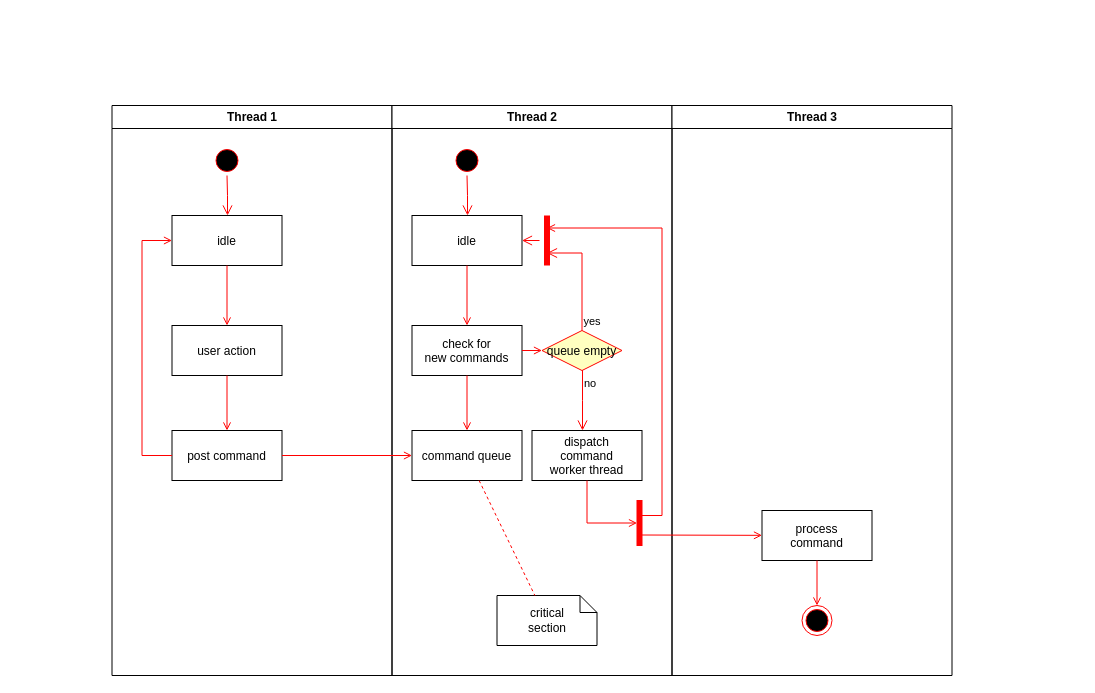
Above: pedidosonline.drawio in Sandynele/Sistemas-de-Informa-o (draw.io), before the change. Source tidied: cells renumbered, new cells numbered last; positions are measured from the earlier drawing's top-left corner, leaving out a move shared by most shapes. Both pictures are drawn from the tidied source at 100%, with x=0, y=0 at pixel (111, 105).
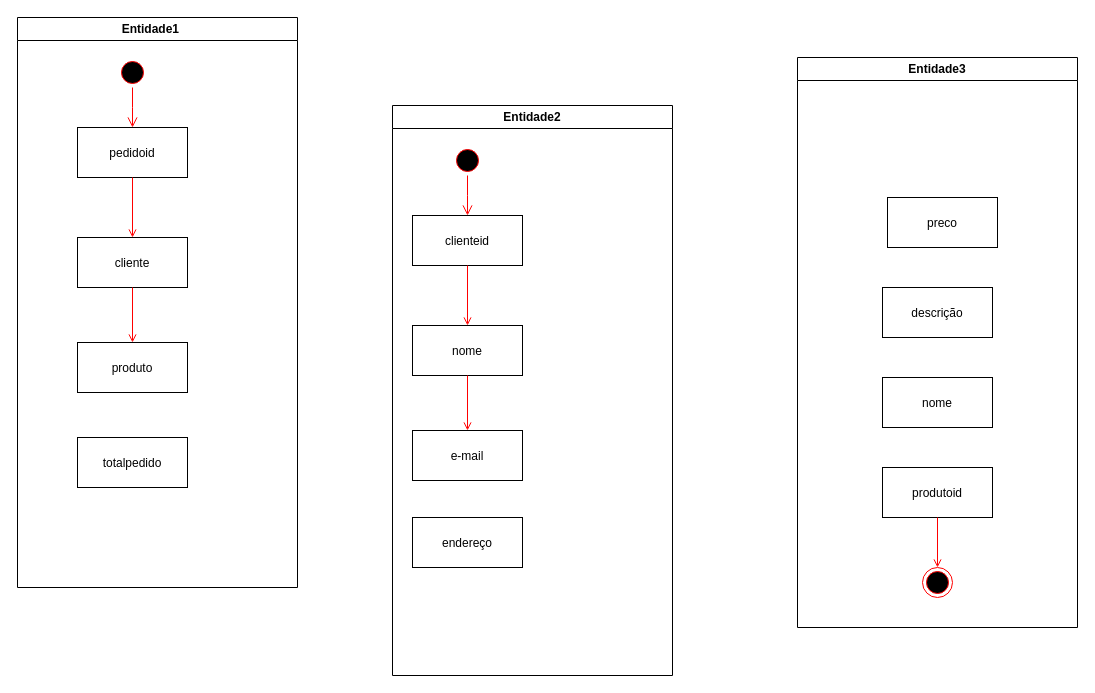
Above is the later version.

Diff of the diagram source:
```diff
@@
-    <mxCell id="2" value="Thread 1" style="swimlane;whiteSpace=wrap;" parent="1" vertex="1">
-      <mxGeometry x="0.5" width="280" height="570" as="geometry" />
+    <mxCell id="2" value="Entidade1    " style="swimlane;whiteSpace=wrap;" parent="1" vertex="1">
+      <mxGeometry x="-94" y="-88" width="280" height="570" as="geometry" />
     </mxCell>
@@
-    <mxCell id="5" value="idle" parent="2" vertex="1">
+    <mxCell id="5" value="pedidoid" parent="2" vertex="1">
       <mxGeometry x="60" y="110" width="110" height="50" as="geometry" />
     </mxCell>
-    <mxCell id="6" value="user action" parent="2" vertex="1">
+    <mxCell id="6" value="cliente" parent="2" vertex="1">
       <mxGeometry x="60" y="220" width="110" height="50" as="geometry" />
     </mxCell>
@@
-    <mxCell id="8" value="post command" parent="2" vertex="1">
+    <mxCell id="8" value="produto" parent="2" vertex="1">
       <mxGeometry x="60" y="325" width="110" height="50" as="geometry" />
     </mxCell>
@@
-    <mxCell id="10" style="edgeStyle=elbowEdgeStyle;elbow=horizontal;strokeColor=#FF0000;endArrow=open;endFill=1;rounded=0;" parent="2" edge="1" source="8" target="5">
-      <mxGeometry relative="1" as="geometry">
-        <Array as="points">
-          <mxPoint x="30" y="250" />
-        </Array>
-      </mxGeometry>
-    </mxCell>
+    <mxCell id="37" value="totalpedido" parent="2" vertex="1">
+      <mxGeometry x="60" y="420" width="110" height="50" as="geometry" />
+    </mxCell>
-    <mxCell id="11" value="Thread 2" style="swimlane;whiteSpace=wrap;" parent="1" vertex="1">
-      <mxGeometry x="280.5" width="280" height="570" as="geometry" />
+    <mxCell id="11" value="Entidade2" style="swimlane;whiteSpace=wrap;" parent="1" vertex="1">
+      <mxGeometry x="281" width="280" height="570" as="geometry" />
     </mxCell>
@@
-    <mxCell id="14" value="idle" parent="11" vertex="1">
+    <mxCell id="14" value="clienteid" parent="11" vertex="1">
       <mxGeometry x="20" y="110" width="110" height="50" as="geometry" />
     </mxCell>
-    <mxCell id="15" value="check for &#10;new commands" parent="11" vertex="1">
+    <mxCell id="15" value="nome" parent="11" vertex="1">
       <mxGeometry x="20" y="220" width="110" height="50" as="geometry" />
     </mxCell>
@@
-    <mxCell id="17" value="command queue" parent="11" vertex="1">
+    <mxCell id="17" value="e-mail" parent="11" vertex="1">
       <mxGeometry x="20" y="325" width="110" height="50" as="geometry" />
     </mxCell>
@@
-    <mxCell id="19" value="queue empty" style="rhombus;fillColor=#ffffc0;strokeColor=#ff0000;" parent="11" vertex="1">
-      <mxGeometry x="150" y="225" width="80" height="40" as="geometry" />
-    </mxCell>
-    <mxCell id="20" value="yes" style="edgeStyle=elbowEdgeStyle;elbow=horizontal;align=left;verticalAlign=bottom;endArrow=open;endSize=8;strokeColor=#FF0000;exitX=0.5;exitY=0;endFill=1;rounded=0;entryX=0.75;entryY=0.5;entryPerimeter=0;" parent="11" edge="1" source="19" target="23">
-      <mxGeometry x="-1" relative="1" as="geometry">
-        <Array as="points">
-          <mxPoint x="190" y="180" />
-        </Array>
-      </mxGeometry>
-    </mxCell>
-    <mxCell id="21" value="no" style="edgeStyle=elbowEdgeStyle;elbow=horizontal;align=left;verticalAlign=top;endArrow=open;endSize=8;strokeColor=#FF0000;endFill=1;rounded=0;" parent="11" edge="1" source="19" target="25">
-      <mxGeometry x="-1" relative="1" as="geometry" />
-    </mxCell>
-    <mxCell id="22" style="endArrow=open;strokeColor=#FF0000;endFill=1;rounded=0;" parent="11" edge="1" source="15" target="19">
-      <mxGeometry relative="1" as="geometry" />
-    </mxCell>
-    <mxCell id="23" style="shape=line;strokeWidth=6;strokeColor=#ff0000;rotation=90;" parent="11" vertex="1">
-      <mxGeometry x="130" y="127.5" width="50" height="15" as="geometry" />
-    </mxCell>
-    <mxCell id="24" style="edgeStyle=elbowEdgeStyle;elbow=horizontal;verticalAlign=bottom;endArrow=open;endSize=8;strokeColor=#FF0000;endFill=1;rounded=0;" parent="11" edge="1" source="23" target="14">
-      <mxGeometry x="130" y="90" as="geometry" />
-    </mxCell>
-    <mxCell id="25" value="dispatch&#10;command&#10;worker thread" parent="11" vertex="1">
-      <mxGeometry x="140" y="325" width="110" height="50" as="geometry" />
+    <mxCell id="25" value="endereço" parent="11" vertex="1">
+      <mxGeometry x="20" y="412" width="110" height="50" as="geometry" />
     </mxCell>
-    <mxCell id="26" value="critical&#10;section" style="shape=note;whiteSpace=wrap;size=17;" parent="11" vertex="1">
-      <mxGeometry x="105" y="490" width="100" height="50" as="geometry" />
-    </mxCell>
-    <mxCell id="27" style="endArrow=none;strokeColor=#FF0000;endFill=0;rounded=0;dashed=1;" parent="11" edge="1" source="17" target="26">
-      <mxGeometry relative="1" as="geometry" />
-    </mxCell>
-    <mxCell id="28" style="whiteSpace=wrap;strokeColor=#FF0000;fillColor=#FF0000;" parent="11" vertex="1">
-      <mxGeometry x="245" y="395" width="5" height="45" as="geometry" />
-    </mxCell>
-    <mxCell id="29" style="edgeStyle=elbowEdgeStyle;elbow=horizontal;entryX=0;entryY=0.5;strokeColor=#FF0000;endArrow=open;endFill=1;rounded=0;" parent="11" edge="1" source="25" target="28">
-      <mxGeometry relative="1" as="geometry">
-        <Array as="points">
-          <mxPoint x="195" y="400" />
-        </Array>
-      </mxGeometry>
-    </mxCell>
-    <mxCell id="30" value="Thread 3" style="swimlane;whiteSpace=wrap;" parent="1" vertex="1">
-      <mxGeometry x="560.5" width="280" height="570" as="geometry" />
+    <mxCell id="30" value="Entidade3" style="swimlane;whiteSpace=wrap;" parent="1" vertex="1">
+      <mxGeometry x="686" y="-48" width="280" height="570" as="geometry" />
     </mxCell>
-    <mxCell id="31" value="process&#10;command" parent="30" vertex="1">
-      <mxGeometry x="90" y="405" width="110" height="50" as="geometry" />
+    <mxCell id="31" value="produtoid" parent="30" vertex="1">
+      <mxGeometry x="85" y="410" width="110" height="50" as="geometry" />
     </mxCell>
-    <mxCell id="32" style="edgeStyle=elbowEdgeStyle;elbow=horizontal;strokeColor=#FF0000;endArrow=open;endFill=1;rounded=0;entryX=0.25;entryY=0.5;entryPerimeter=0;" parent="30" edge="1" target="23">
-      <mxGeometry relative="1" as="geometry">
-        <mxPoint x="-30" y="410" as="sourcePoint" />
-        <Array as="points">
-          <mxPoint x="-10" y="135" />
-        </Array>
-      </mxGeometry>
-    </mxCell>
-    <mxCell id="33" style="edgeStyle=none;strokeColor=#FF0000;endArrow=open;endFill=1;rounded=0;" parent="30" edge="1" target="31">
-      <mxGeometry relative="1" as="geometry">
-        <mxPoint x="-30" y="429.5" as="sourcePoint" />
-      </mxGeometry>
-    </mxCell>
     <mxCell id="34" style="ellipse;shape=endState;fillColor=#000000;strokeColor=#ff0000;" parent="30" vertex="1">
-      <mxGeometry x="130" y="500" width="30" height="30" as="geometry" />
+      <mxGeometry x="125" y="510" width="30" height="30" as="geometry" />
     </mxCell>
@@
-    <mxCell id="36" style="endArrow=open;strokeColor=#FF0000;endFill=1;rounded=0;" parent="1" edge="1" source="8" target="17">
-      <mxGeometry relative="1" as="geometry" />
-    </mxCell>
+    <mxCell id="38" value="nome" parent="30" vertex="1">
+      <mxGeometry x="85" y="320" width="110" height="50" as="geometry" />
+    </mxCell>
+    <mxCell id="39" value="descrição" parent="30" vertex="1">
+      <mxGeometry x="85" y="230" width="110" height="50" as="geometry" />
+    </mxCell>
+    <mxCell id="40" value="preco" parent="30" vertex="1">
+      <mxGeometry x="90" y="140" width="110" height="50" as="geometry" />
+    </mxCell>
```
